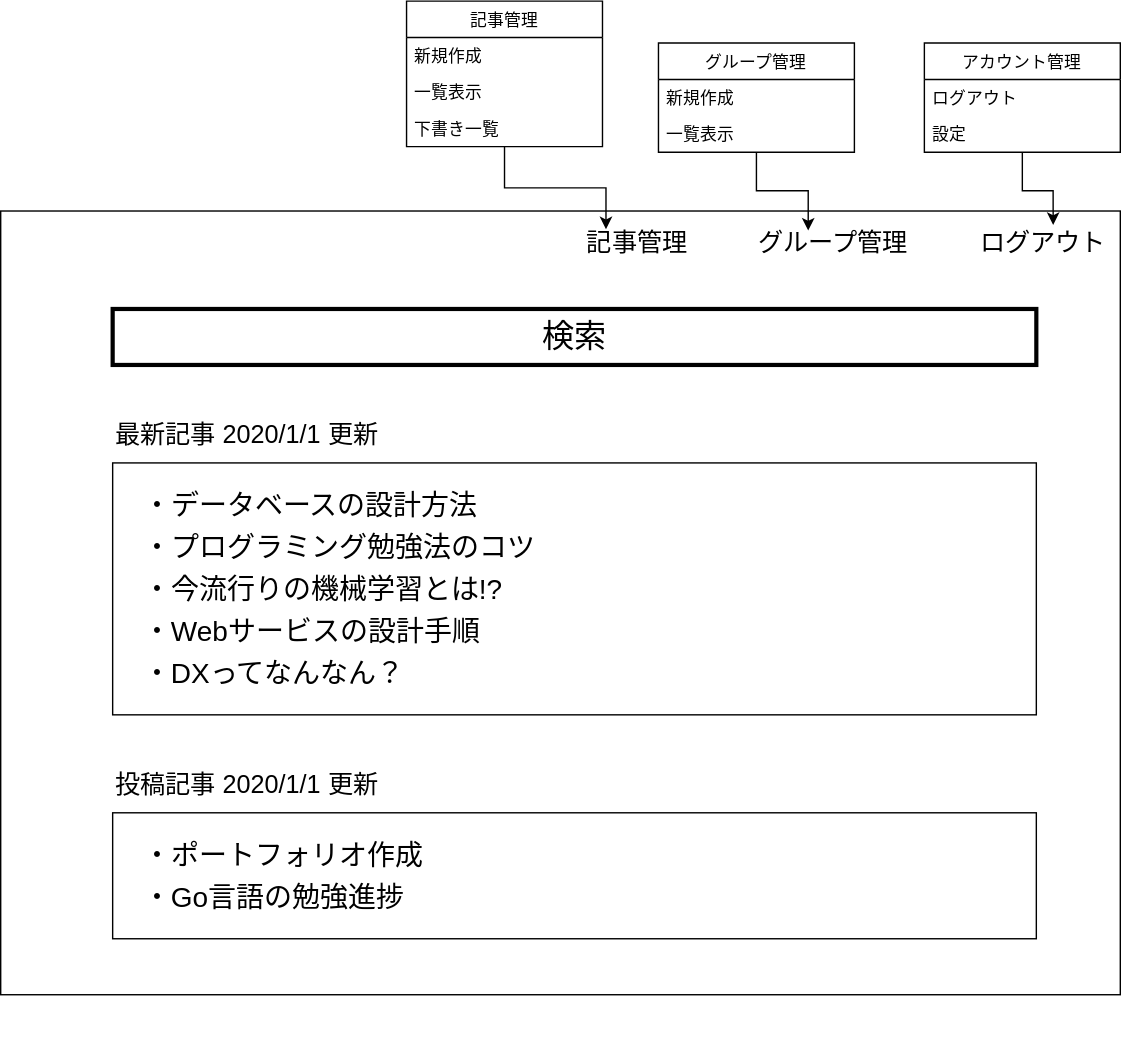
kuboshu/exmanager keeps this draw.io diagram as design/image/user_top_page.drawio.svg. Above is the earlier version. Source tidied: cells renumbered, new cells last; positions are measured from the earlier drawing's top-left corner, leaving out a move shared by most shapes.
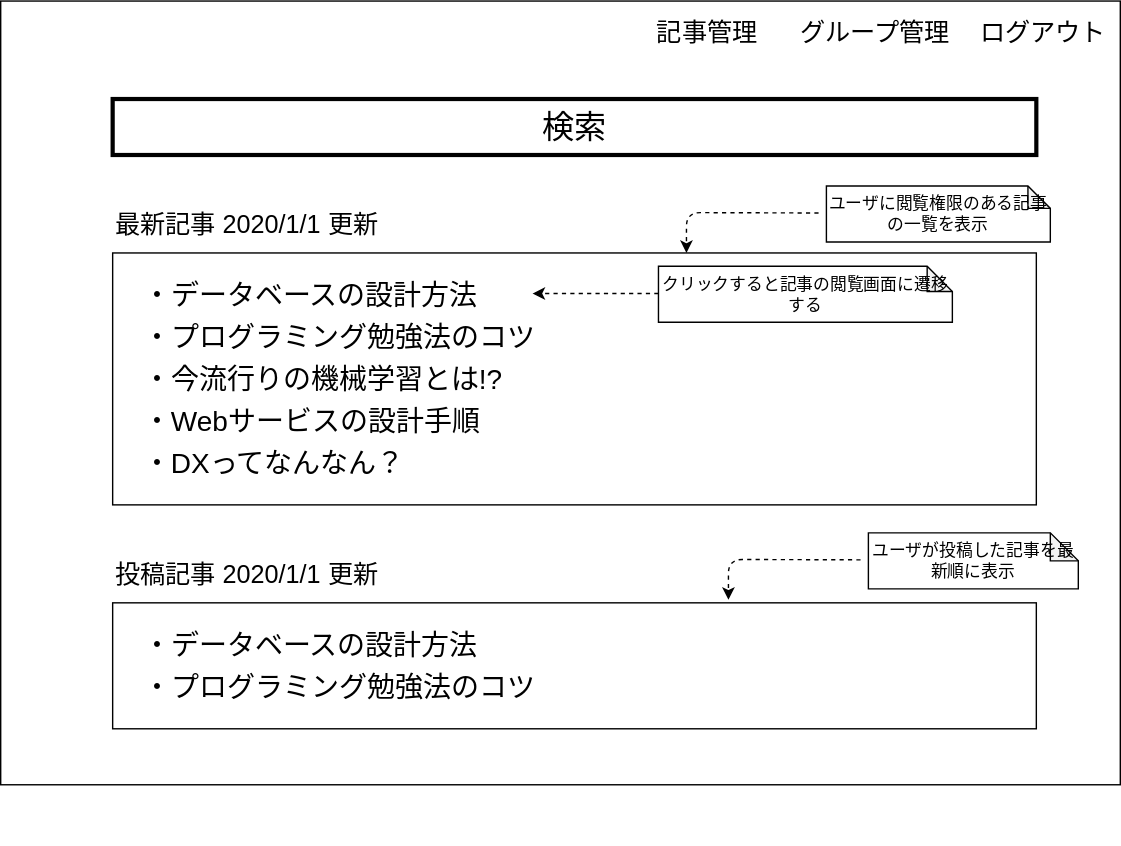
Later version of the same file.

Diff of the diagram source:
```diff
@@ -39,10 +39,10 @@
       </mxGeometry>
     </mxCell>
     <mxCell id="13" value="記事管理" style="text;html=1;strokeColor=none;fillColor=none;align=center;verticalAlign=middle;whiteSpace=wrap;rounded=0;fontSize=18;fontColor=#000000;" parent="1" vertex="1">
-      <mxGeometry x="410" y="163" width="90" height="20" as="geometry" />
+      <mxGeometry x="460" y="163" width="90" height="20" as="geometry" />
     </mxCell>
     <mxCell id="14" value="グループ管理" style="text;html=1;strokeColor=none;fillColor=none;align=center;verticalAlign=middle;whiteSpace=wrap;rounded=0;fontSize=18;fontColor=#000000;" parent="1" vertex="1">
-      <mxGeometry x="520" y="163" width="150" height="20" as="geometry" />
+      <mxGeometry x="550" y="163" width="150" height="20" as="geometry" />
     </mxCell>
     <mxCell id="15" value="投稿記事 2020/1/1 更新" style="text;html=1;strokeColor=none;fillColor=none;align=left;verticalAlign=middle;whiteSpace=wrap;rounded=0;fontSize=18;fontColor=#000000;" parent="1" vertex="1">
       <mxGeometry x="80" y="550" width="260" height="20" as="geometry" />
@@ -50,56 +50,48 @@
     <mxCell id="16" style="rounded=0;whiteSpace=wrap;html=1;fillColor=none;fontColor=#000000;strokeColor=#000000;" parent="1" vertex="1">
       <mxGeometry x="80" y="580" width="660" height="90" as="geometry" />
     </mxCell>
-    <mxCell id="17" value="・ポートフォリオ作成" style="text;html=1;strokeColor=none;fillColor=none;align=left;verticalAlign=middle;whiteSpace=wrap;rounded=0;fontSize=20;fontColor=#000000;" parent="1" vertex="1">
-      <mxGeometry x="100" y="594.5" width="280" height="30" as="geometry" />
-    </mxCell>
-    <mxCell id="18" value="・Go言語の勉強進捗" style="text;html=1;strokeColor=none;fillColor=none;align=left;verticalAlign=middle;whiteSpace=wrap;rounded=0;fontSize=20;fontColor=#000000;" parent="1" vertex="1">
-      <mxGeometry x="100" y="624.5" width="310" height="30" as="geometry" />
-    </mxCell>
     <mxCell id="19" style="edgeStyle=orthogonalEdgeStyle;rounded=0;orthogonalLoop=1;jettySize=auto;html=1;exitX=0.5;exitY=1;exitDx=0;exitDy=0;fontColor=#000000;" parent="1" edge="1">
       <mxGeometry relative="1" as="geometry">
         <mxPoint x="380" y="744.5" as="sourcePoint" />
         <mxPoint x="380" y="744.5" as="targetPoint" />
       </mxGeometry>
     </mxCell>
-    <mxCell id="20" style="edgeStyle=orthogonalEdgeStyle;rounded=0;jettySize=auto;html=1;entryX=0.25;entryY=0;entryDx=0;entryDy=0;fontColor=#000000;strokeColor=#000000;" parent="1" edge="1" source="21" target="13">
-      <mxGeometry relative="1" as="geometry" />
-    </mxCell>
-    <mxCell id="21" value="記事管理" style="swimlane;fontStyle=0;horizontal=1;startSize=26;fillColor=#FFFFFF;fontColor=#000000;strokeColor=#000000;" parent="1" vertex="1">
-      <mxGeometry x="290" width="140" height="104" as="geometry" />
-    </mxCell>
-    <mxCell id="22" value="新規作成" style="text;strokeColor=none;fillColor=none;align=left;verticalAlign=top;spacingLeft=4;spacingRight=4;overflow=hidden;fontColor=#000000;" parent="21" vertex="1">
-      <mxGeometry y="26" width="140" height="26" as="geometry" />
-    </mxCell>
-    <mxCell id="23" value="一覧表示" style="text;strokeColor=none;fillColor=none;align=left;verticalAlign=top;spacingLeft=4;spacingRight=4;overflow=hidden;fontColor=#000000;" parent="21" vertex="1">
-      <mxGeometry y="52" width="140" height="26" as="geometry" />
-    </mxCell>
-    <mxCell id="24" value="下書き一覧" style="text;strokeColor=none;fillColor=none;align=left;verticalAlign=top;spacingLeft=4;spacingRight=4;overflow=hidden;fontColor=#000000;" parent="21" vertex="1">
-      <mxGeometry y="78" width="140" height="26" as="geometry" />
-    </mxCell>
-    <mxCell id="25" style="edgeStyle=orthogonalEdgeStyle;rounded=0;jettySize=auto;html=1;entryX=0.38;entryY=0.05;entryDx=0;entryDy=0;entryPerimeter=0;fontColor=#000000;strokeColor=#000000;" parent="1" edge="1" source="26" target="14">
-      <mxGeometry relative="1" as="geometry" />
-    </mxCell>
-    <mxCell id="26" value="グループ管理" style="swimlane;fontStyle=0;horizontal=1;startSize=26;fillColor=#FFFFFF;fontColor=#000000;strokeColor=#000000;" parent="1" vertex="1">
-      <mxGeometry x="470" y="30" width="140" height="78" as="geometry" />
-    </mxCell>
-    <mxCell id="27" value="新規作成" style="text;strokeColor=none;fillColor=none;align=left;verticalAlign=top;spacingLeft=4;spacingRight=4;overflow=hidden;fontColor=#000000;" parent="26" vertex="1">
-      <mxGeometry y="26" width="140" height="26" as="geometry" />
-    </mxCell>
-    <mxCell id="28" value="一覧表示" style="text;strokeColor=none;fillColor=none;align=left;verticalAlign=top;spacingLeft=4;spacingRight=4;overflow=hidden;fontColor=#000000;" parent="26" vertex="1">
-      <mxGeometry y="52" width="140" height="26" as="geometry" />
-    </mxCell>
-    <mxCell id="29" style="edgeStyle=orthogonalEdgeStyle;rounded=0;jettySize=auto;html=1;entryX=0.564;entryY=-0.15;entryDx=0;entryDy=0;entryPerimeter=0;strokeColor=#000000;" parent="1" edge="1" source="30" target="5">
-      <mxGeometry relative="1" as="geometry" />
-    </mxCell>
-    <mxCell id="30" value="アカウント管理" style="swimlane;fontStyle=0;horizontal=1;startSize=26;fillColor=#FFFFFF;fontColor=#000000;strokeColor=#000000;" parent="1" vertex="1">
-      <mxGeometry x="660" y="30" width="140" height="78" as="geometry" />
-    </mxCell>
-    <mxCell id="31" value="ログアウト" style="text;strokeColor=none;fillColor=none;align=left;verticalAlign=top;spacingLeft=4;spacingRight=4;overflow=hidden;fontColor=#000000;" parent="30" vertex="1">
-      <mxGeometry y="26" width="140" height="26" as="geometry" />
-    </mxCell>
-    <mxCell id="32" value="設定" style="text;strokeColor=none;fillColor=none;align=left;verticalAlign=top;spacingLeft=4;spacingRight=4;overflow=hidden;fontColor=#000000;" parent="30" vertex="1">
-      <mxGeometry y="52" width="140" height="26" as="geometry" />
-    </mxCell>
+    <mxCell id="33" value="・データベースの設計方法" style="text;html=1;strokeColor=none;fillColor=none;align=left;verticalAlign=middle;whiteSpace=wrap;rounded=0;fontSize=20;fontColor=#000000;" parent="1" vertex="1">
+      <mxGeometry x="100" y="595" width="280" height="30" as="geometry" />
+    </mxCell>
+    <mxCell id="34" value="・プログラミング勉強法のコツ" style="text;html=1;strokeColor=none;fillColor=none;align=left;verticalAlign=middle;whiteSpace=wrap;rounded=0;fontSize=20;fontColor=#000000;" parent="1" vertex="1">
+      <mxGeometry x="100" y="625" width="310" height="30" as="geometry" />
+    </mxCell>
+    <mxCell id="35" value="ユーザが投稿した記事を最新順に表示" style="shape=note;whiteSpace=wrap;html=1;backgroundOutline=1;darkOpacity=0.05;fillColor=none;strokeColor=#000000;fontColor=#000000;size=20;" parent="1" vertex="1">
+      <mxGeometry x="620" y="530" width="150" height="40" as="geometry" />
+    </mxCell>
+    <mxCell id="36" style="endArrow=classic;html=1;fontColor=#000000;strokeColor=#000000;exitX=0.768;exitY=0.713;exitDx=0;exitDy=0;exitPerimeter=0;entryX=0.65;entryY=0.764;entryDx=0;entryDy=0;entryPerimeter=0;dashed=1;" parent="1" edge="1" source="3" target="3">
+      <mxGeometry relative="1" as="geometry">
+        <Array as="points">
+          <mxPoint x="520" y="549" />
+        </Array>
+      </mxGeometry>
+    </mxCell>
+    <mxCell id="37" value="ユーザに閲覧権限のある記事の一覧を表示" style="shape=note;whiteSpace=wrap;html=1;backgroundOutline=1;darkOpacity=0.05;fillColor=none;strokeColor=#000000;fontColor=#000000;size=16;" parent="1" vertex="1">
+      <mxGeometry x="590" y="282.2" width="160" height="40" as="geometry" />
+    </mxCell>
+    <mxCell id="38" style="endArrow=classic;html=1;fontColor=#000000;strokeColor=#000000;exitX=0.768;exitY=0.713;exitDx=0;exitDy=0;exitPerimeter=0;entryX=0.65;entryY=0.764;entryDx=0;entryDy=0;entryPerimeter=0;dashed=1;" parent="1" edge="1">
+      <mxGeometry relative="1" as="geometry">
+        <mxPoint x="584.4" y="301.4" as="sourcePoint" />
+        <mxPoint x="490" y="330" as="targetPoint" />
+        <Array as="points">
+          <mxPoint x="490" y="301.2" />
+        </Array>
+      </mxGeometry>
+    </mxCell>
+    <mxCell id="39" style="endArrow=classic;html=1;strokeColor=#000000;dashed=1;" parent="1" edge="1">
+      <mxGeometry relative="1" as="geometry">
+        <mxPoint x="470" y="359" as="sourcePoint" />
+        <mxPoint x="380" y="359" as="targetPoint" />
+      </mxGeometry>
+    </mxCell>
+    <mxCell id="40" value="クリックすると記事の閲覧画面に遷移する" style="shape=note;whiteSpace=wrap;html=1;backgroundOutline=1;darkOpacity=0.05;fillColor=none;strokeColor=#000000;fontColor=#000000;size=18;" parent="1" vertex="1">
+      <mxGeometry x="470" y="339.5" width="210" height="40" as="geometry" />
+    </mxCell>
   </root>
 </mxGraphModel>
```
